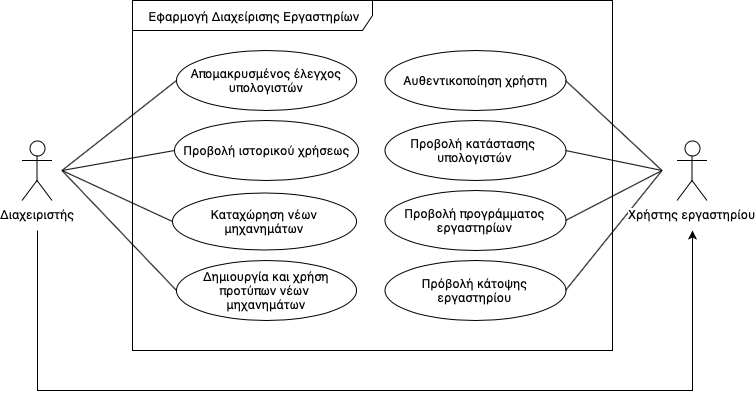
This is Deliverables/R1/use_case_r1.png from enderian/SoftwareEngineering, a draw.io export, as it was before one commit. Source tidied: cells renumbered, new cells last; positions are measured from the earlier drawing's top-left corner, leaving out a move shared by most shapes. Its diagram source:
```xml
<mxGraphModel>
  <root>
    <mxCell id="0" />
    <mxCell id="1" parent="0" />
    <mxCell id="2" value="Εφαρμογή Διαχείρισης Εργαστηρίων&lt;br&gt;" style="shape=umlFrame;whiteSpace=wrap;html=1;width=240;height=30;" parent="1" vertex="1">
      <mxGeometry x="110" width="480" height="350" as="geometry" />
    </mxCell>
    <mxCell id="3" style="edgeStyle=orthogonalEdgeStyle;rounded=0;orthogonalLoop=1;jettySize=auto;html=1;" parent="1" edge="1">
      <mxGeometry relative="1" as="geometry">
        <mxPoint x="14.5" y="230" as="sourcePoint" />
        <mxPoint x="669.5" y="230" as="targetPoint" />
        <Array as="points">
          <mxPoint x="14.5" y="390" />
          <mxPoint x="669.5" y="390" />
        </Array>
      </mxGeometry>
    </mxCell>
    <mxCell id="4" value="Διαχειριστής" style="shape=umlActor;verticalLabelPosition=bottom;labelBackgroundColor=#ffffff;verticalAlign=top;html=1;" parent="1" vertex="1">
      <mxGeometry x="-0.5" y="140" width="30" height="60" as="geometry" />
    </mxCell>
    <mxCell id="5" value="Προβολή προγράμματος εργαστηρίων" style="ellipse;whiteSpace=wrap;html=1;" parent="1" vertex="1">
      <mxGeometry x="362" y="190" width="181" height="60" as="geometry" />
    </mxCell>
    <mxCell id="6" value="Πρόβολή κάτοψης εργαστηρίου" style="ellipse;whiteSpace=wrap;html=1;" parent="1" vertex="1">
      <mxGeometry x="362" y="260" width="181" height="60" as="geometry" />
    </mxCell>
    <mxCell id="7" value="Προβολή κατάστασης&amp;nbsp; υπολογιστών" style="ellipse;whiteSpace=wrap;html=1;" parent="1" vertex="1">
      <mxGeometry x="362" y="120" width="181" height="60" as="geometry" />
    </mxCell>
    <mxCell id="8" value="Απομακρυσμένος έλεγχος υπολογιστών" style="ellipse;whiteSpace=wrap;html=1;" parent="1" vertex="1">
      <mxGeometry x="153.5" y="50" width="180" height="60" as="geometry" />
    </mxCell>
    <mxCell id="9" value="Προβολή ιστορικού χρήσεως" style="ellipse;whiteSpace=wrap;html=1;" parent="1" vertex="1">
      <mxGeometry x="152" y="120" width="184" height="60" as="geometry" />
    </mxCell>
    <mxCell id="10" value="Δημιουργία και χρήση προτύπων νέων &lt;br&gt;μηχανημάτων" style="ellipse;whiteSpace=wrap;html=1;" parent="1" vertex="1">
      <mxGeometry x="154" y="260" width="180" height="60" as="geometry" />
    </mxCell>
    <mxCell id="11" value="Καταχώρηση νέων μηχανημάτων" style="ellipse;whiteSpace=wrap;html=1;" parent="1" vertex="1">
      <mxGeometry x="150" y="192" width="184" height="57" as="geometry" />
    </mxCell>
    <mxCell id="12" style="endArrow=none;html=1;entryX=0;entryY=0.5;entryDx=0;entryDy=0;" parent="1" edge="1" target="8">
      <mxGeometry relative="1" as="geometry">
        <mxPoint x="39.5" y="170" as="sourcePoint" />
      </mxGeometry>
    </mxCell>
    <mxCell id="13" style="endArrow=none;html=1;entryX=0;entryY=0.5;entryDx=0;entryDy=0;" parent="1" edge="1" target="9">
      <mxGeometry relative="1" as="geometry">
        <mxPoint x="39.5" y="170" as="sourcePoint" />
      </mxGeometry>
    </mxCell>
    <mxCell id="14" style="endArrow=none;html=1;entryX=0;entryY=0.5;entryDx=0;entryDy=0;" parent="1" edge="1" target="11">
      <mxGeometry relative="1" as="geometry">
        <mxPoint x="39.5" y="170" as="sourcePoint" />
      </mxGeometry>
    </mxCell>
    <mxCell id="15" style="endArrow=none;html=1;entryX=0;entryY=0.5;entryDx=0;entryDy=0;" parent="1" edge="1" target="10">
      <mxGeometry relative="1" as="geometry">
        <mxPoint x="39.5" y="170" as="sourcePoint" />
      </mxGeometry>
    </mxCell>
    <mxCell id="16" style="endArrow=none;html=1;exitX=1;exitY=0.5;exitDx=0;exitDy=0;" parent="1" edge="1" source="6">
      <mxGeometry relative="1" as="geometry">
        <mxPoint x="639.5" y="170" as="targetPoint" />
      </mxGeometry>
    </mxCell>
    <mxCell id="17" style="endArrow=none;html=1;entryX=1;entryY=0.5;entryDx=0;entryDy=0;" parent="1" edge="1" target="7">
      <mxGeometry relative="1" as="geometry">
        <mxPoint x="639.5" y="170" as="sourcePoint" />
      </mxGeometry>
    </mxCell>
    <mxCell id="18" value="Αυθεντικοποίηση χρήστη" style="ellipse;whiteSpace=wrap;html=1;" parent="1" vertex="1">
      <mxGeometry x="362" y="50" width="181" height="60" as="geometry" />
    </mxCell>
    <mxCell id="19" style="endArrow=none;html=1;entryX=1;entryY=0.5;entryDx=0;entryDy=0;" parent="1" edge="1" target="18">
      <mxGeometry relative="1" as="geometry">
        <mxPoint x="639.5" y="170" as="sourcePoint" />
      </mxGeometry>
    </mxCell>
    <mxCell id="20" value="Χρήστης εργαστηρίου" style="shape=umlActor;verticalLabelPosition=bottom;labelBackgroundColor=#ffffff;verticalAlign=top;html=1;" parent="1" vertex="1">
      <mxGeometry x="654.5" y="140" width="30" height="60" as="geometry" />
    </mxCell>
    <mxCell id="21" style="endArrow=none;html=1;exitX=1;exitY=0.5;exitDx=0;exitDy=0;" parent="1" edge="1" source="5">
      <mxGeometry relative="1" as="geometry">
        <mxPoint x="639.5" y="170" as="targetPoint" />
      </mxGeometry>
    </mxCell>
  </root>
</mxGraphModel>
```
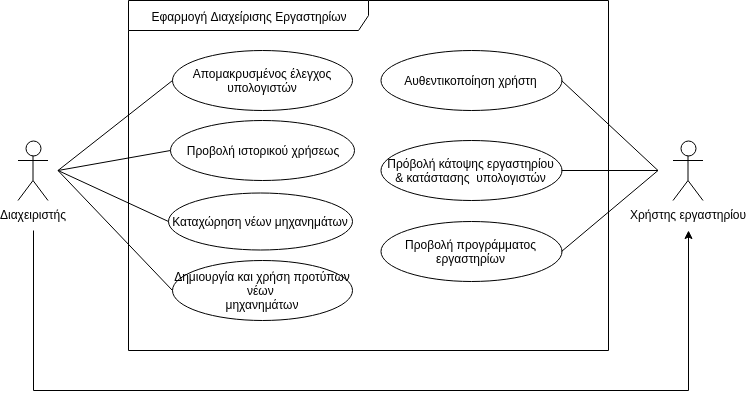
Above is the later version.

Commit message:
Updates to use cases

The edit, as a diff of the source:
```diff
@@ -19,13 +19,10 @@
       <mxGeometry x="-0.5" y="140" width="30" height="60" as="geometry" />
     </mxCell>
     <mxCell id="5" value="Προβολή προγράμματος εργαστηρίων" style="ellipse;whiteSpace=wrap;html=1;" parent="1" vertex="1">
-      <mxGeometry x="362" y="190" width="181" height="60" as="geometry" />
+      <mxGeometry x="362" y="220.5" width="181" height="60" as="geometry" />
     </mxCell>
-    <mxCell id="6" value="Πρόβολή κάτοψης εργαστηρίου" style="ellipse;whiteSpace=wrap;html=1;" parent="1" vertex="1">
-      <mxGeometry x="362" y="260" width="181" height="60" as="geometry" />
-    </mxCell>
-    <mxCell id="7" value="Προβολή κατάστασης&amp;nbsp; υπολογιστών" style="ellipse;whiteSpace=wrap;html=1;" parent="1" vertex="1">
-      <mxGeometry x="362" y="120" width="181" height="60" as="geometry" />
+    <mxCell id="7" value="Πρόβολή κάτοψης εργαστηρίου &amp;amp; κατάστασης&amp;nbsp; υπολογιστών" style="ellipse;whiteSpace=wrap;html=1;" parent="1" vertex="1">
+      <mxGeometry x="362" y="140" width="181" height="60" as="geometry" />
     </mxCell>
     <mxCell id="8" value="Απομακρυσμένος έλεγχος υπολογιστών" style="ellipse;whiteSpace=wrap;html=1;" parent="1" vertex="1">
       <mxGeometry x="153.5" y="50" width="180" height="60" as="geometry" />
@@ -59,11 +56,6 @@
         <mxPoint x="39.5" y="170" as="sourcePoint" />
       </mxGeometry>
     </mxCell>
-    <mxCell id="16" style="endArrow=none;html=1;exitX=1;exitY=0.5;exitDx=0;exitDy=0;" parent="1" edge="1" source="6">
-      <mxGeometry relative="1" as="geometry">
-        <mxPoint x="639.5" y="170" as="targetPoint" />
-      </mxGeometry>
-    </mxCell>
     <mxCell id="17" style="endArrow=none;html=1;entryX=1;entryY=0.5;entryDx=0;entryDy=0;" parent="1" edge="1" target="7">
       <mxGeometry relative="1" as="geometry">
         <mxPoint x="639.5" y="170" as="sourcePoint" />
```
